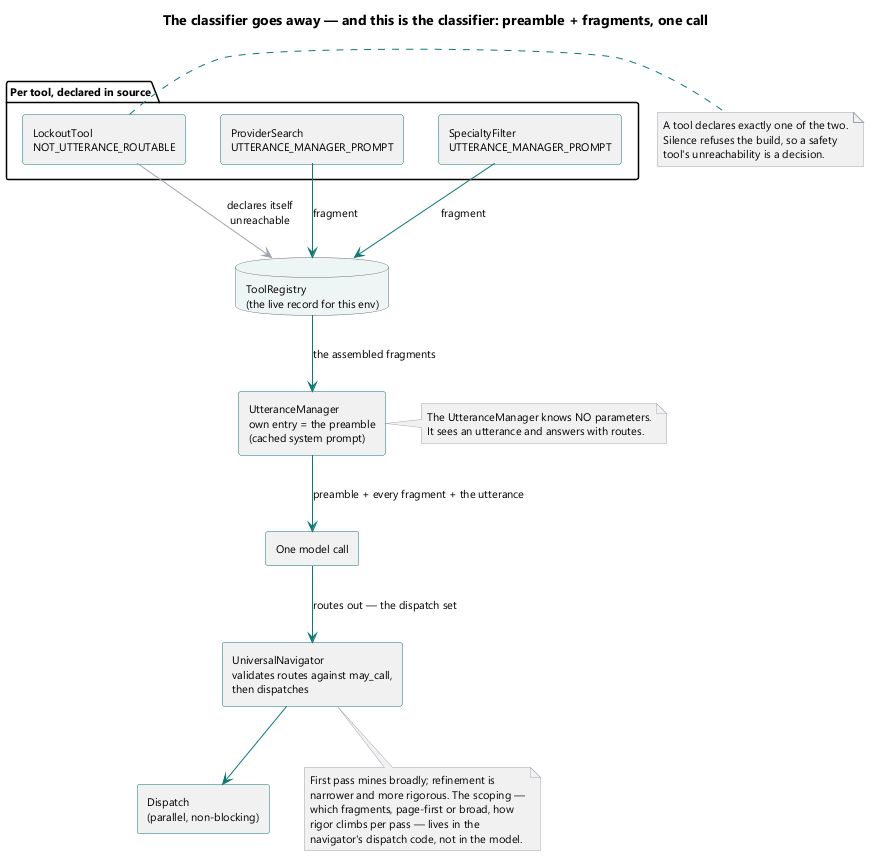
Above: brain/machine_artifacts/diagramsAndImages/rendered/utterance_classifier_assembly.png in SkipSnow/ChatHealthyRepo (PlantUML), before the change. Source of this version:
```plantuml
@startuml
title The classifier goes away — and this is the classifier: preamble + fragments, one call

skinparam componentStyle rectangle
skinparam shadowing false
skinparam defaultFontName Segoe UI
skinparam defaultFontSize 11
skinparam ArrowColor #0b7a75
skinparam ComponentBorderColor #0b7a75
skinparam DatabaseBorderColor #6b7280
skinparam NoteBackgroundColor #f3f4f6
skinparam NoteBorderColor #9ca3af

database "ToolRegistry\n(the live record for this env)" as REG #eef6f5

package "Per tool, declared in source" #fdfdfd {
  [ProviderSearch\nUTTERANCE_MANAGER_PROMPT] as F1
  [SpecialtyFilter\nUTTERANCE_MANAGER_PROMPT] as F2
  [LockoutTool\nNOT_UTTERANCE_ROUTABLE] as F3
}

[UtteranceManager\nown entry = the preamble\n(cached system prompt)] as UM
[One model call] as CALL
[UniversalNavigator\nvalidates routes against may_call,\nthen dispatches] as UN
[Dispatch\n(parallel, non-blocking)] as DISP

F1 -down-> REG : fragment
F2 -down-> REG : fragment
F3 -[#9ca3af]down-> REG : declares itself\nunreachable

REG -down-> UM : the assembled fragments
UM -down-> CALL : preamble + every fragment + the utterance
CALL -down-> UN : routes out — the dispatch set
UN -down-> DISP

note right of UM
  The UtteranceManager knows NO parameters.
  It sees an utterance and answers with routes.
end note

note right of F3
  A tool declares exactly one of the two.
  Silence refuses the build, so a safety
  tool's unreachability is a decision.
end note

note bottom of UN
  First pass mines broadly; refinement is
  narrower and more rigorous. The scoping —
  which fragments, page-first or broad, how
  rigor climbs per pass — lives in the
  navigator's dispatch code, not in the model.
end note
@enduml
```
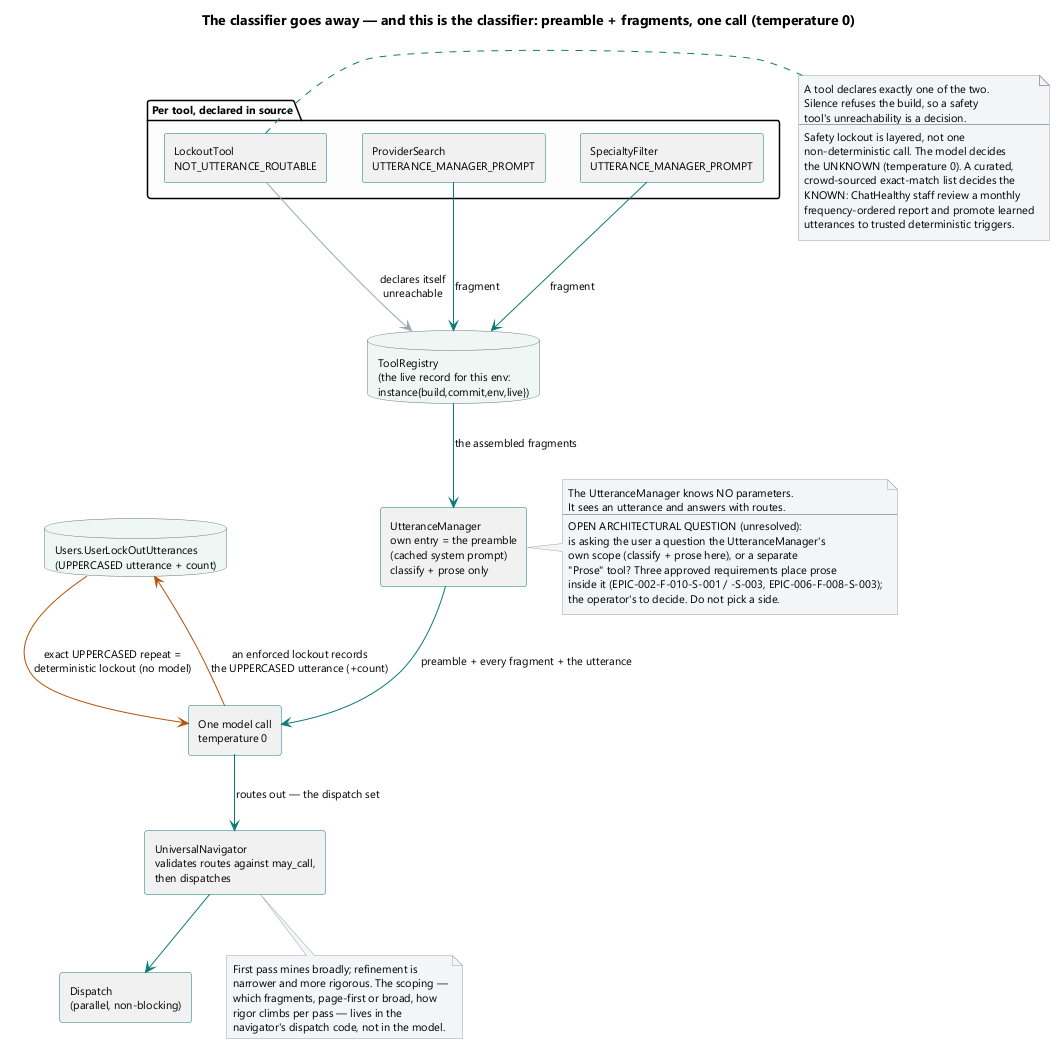
After the change.

Diff of the diagram source:
```diff
@@ -1,5 +1,5 @@
 @startuml
-title The classifier goes away — and this is the classifier: preamble + fragments, one call
+title The classifier goes away — and this is the classifier: preamble + fragments, one call (temperature 0)
 
 skinparam componentStyle rectangle
 skinparam shadowing false
@@ -11,7 +11,7 @@
 skinparam NoteBackgroundColor #f3f4f6
 skinparam NoteBorderColor #9ca3af
 
-database "ToolRegistry\n(the live record for this env)" as REG #eef6f5
+database "ToolRegistry\n(the live record for this env:\ninstance{build,commit,env,live})" as REG #eef6f5
 
 package "Per tool, declared in source" #fdfdfd {
   [ProviderSearch\nUTTERANCE_MANAGER_PROMPT] as F1
@@ -19,10 +19,12 @@
   [LockoutTool\nNOT_UTTERANCE_ROUTABLE] as F3
 }
 
-[UtteranceManager\nown entry = the preamble\n(cached system prompt)] as UM
-[One model call] as CALL
+[UtteranceManager\nown entry = the preamble\n(cached system prompt)\nclassify + prose only] as UM
+[One model call\ntemperature 0] as CALL
 [UniversalNavigator\nvalidates routes against may_call,\nthen dispatches] as UN
 [Dispatch\n(parallel, non-blocking)] as DISP
+
+database "Users.UserLockOutUtterances\n(UPPERCASED utterance + count)" as LOCK #eef6f5
 
 F1 -down-> REG : fragment
 F2 -down-> REG : fragment
@@ -33,15 +35,33 @@
 CALL -down-> UN : routes out — the dispatch set
 UN -down-> DISP
 
+LOCK -[#b45309]right-> CALL : exact UPPERCASED repeat =\ndeterministic lockout (no model)
+CALL -[#b45309]down-> LOCK : an enforced lockout records\nthe UPPERCASED utterance (+count)
+
 note right of UM
   The UtteranceManager knows NO parameters.
   It sees an utterance and answers with routes.
+  ---
+  OPEN ARCHITECTURAL QUESTION (unresolved):
+  is asking the user a question the UtteranceManager's
+  own scope (classify + prose here), or a separate
+  "Prose" tool? Three approved requirements place prose
+  inside it (EPIC-002-F-010-S-001 / -S-003, EPIC-006-F-008-S-003);
+  the operator's to decide. Do not pick a side.
 end note
 
 note right of F3
   A tool declares exactly one of the two.
   Silence refuses the build, so a safety
   tool's unreachability is a decision.
+  ---
+  Safety lockout is layered, not one
+  non-deterministic call. The model decides
+  the UNKNOWN (temperature 0). A curated,
+  crowd-sourced exact-match list decides the
+  KNOWN: ChatHealthy staff review a monthly
+  frequency-ordered report and promote learned
+  utterances to trusted deterministic triggers.
 end note
 
 note bottom of UN
```
